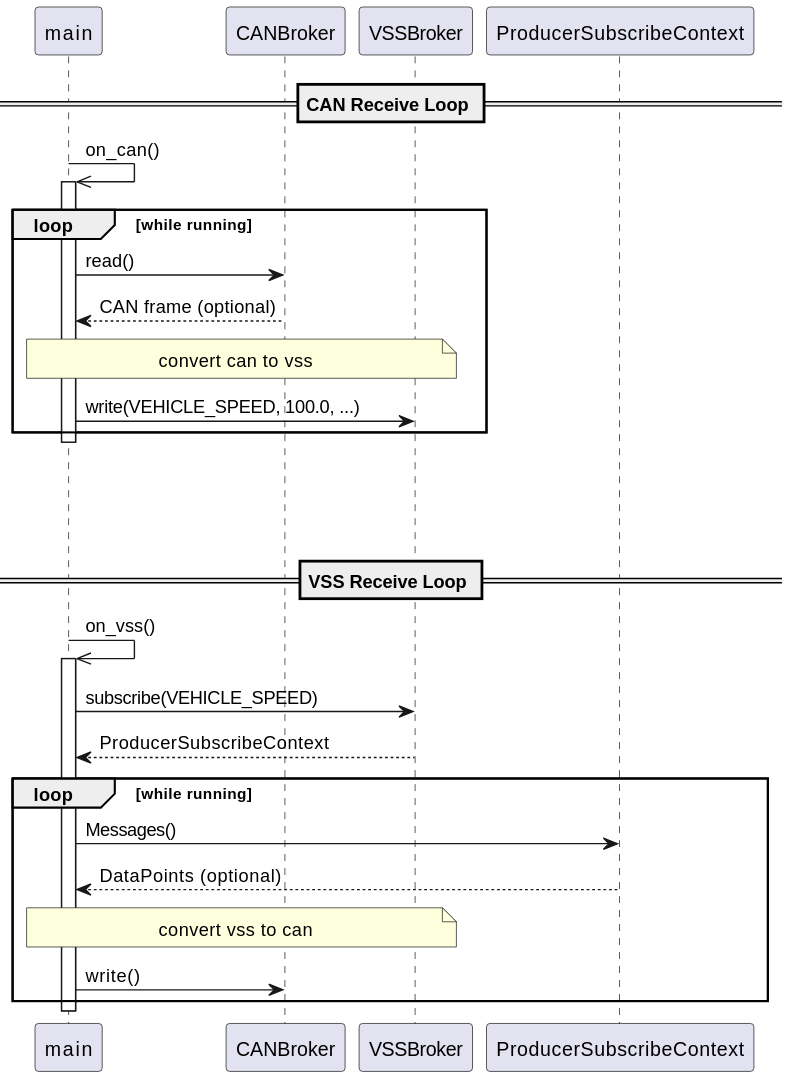
Earlier version of the PlantUML export docs/tutorials/07_develop_pal/assets/pocket-pal-sequence.svg (yoriito/yoriito). The source it was exported from:
```plantuml
@startuml
participant main
participant CANBroker
participant VSSBroker

== CAN Receive Loop ==
main ->> main: on_can()
activate main
loop while running
    main -> CANBroker: read()
    CANBroker --> main: CAN frame (optional)
    note over main, VSSBroker
    convert can to vss
    end note
    main -> VSSBroker: write(VEHICLE_SPEED, 100.0, ...)
end
deactivate main

|||
|||
|||

== VSS Receive Loop ==
main ->> main: on_vss()
activate main
main -> VSSBroker: subscribe(VEHICLE_SPEED)
VSSBroker --> main: ProducerSubscribeContext

loop while running
    main -> ProducerSubscribeContext: Messages()
    ProducerSubscribeContext --> main: DataPoints (optional)
    note over main, VSSBroker
    convert vss to can
    end note
    main -> CANBroker: write()
end
deactivate main
@enduml
```
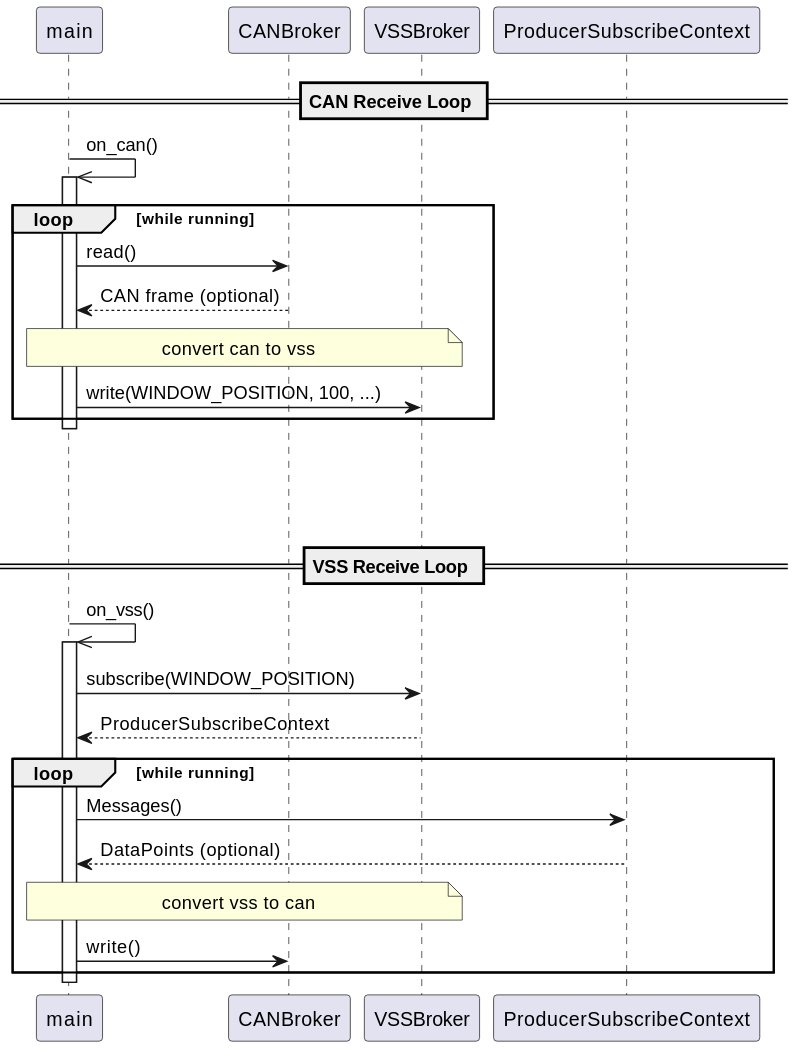
After the change.

What changed in the source:
```diff
@@ -12,7 +12,7 @@
     note over main, VSSBroker
     convert can to vss
     end note
-    main -> VSSBroker: write(VEHICLE_SPEED, 100.0, ...)
+    main -> VSSBroker: write(WINDOW_POSITION, 100, ...)
 end
 deactivate main
 
@@ -23,7 +23,7 @@
 == VSS Receive Loop ==
 main ->> main: on_vss()
 activate main
-main -> VSSBroker: subscribe(VEHICLE_SPEED)
+main -> VSSBroker: subscribe(WINDOW_POSITION)
 VSSBroker --> main: ProducerSubscribeContext
 
 loop while running
```
